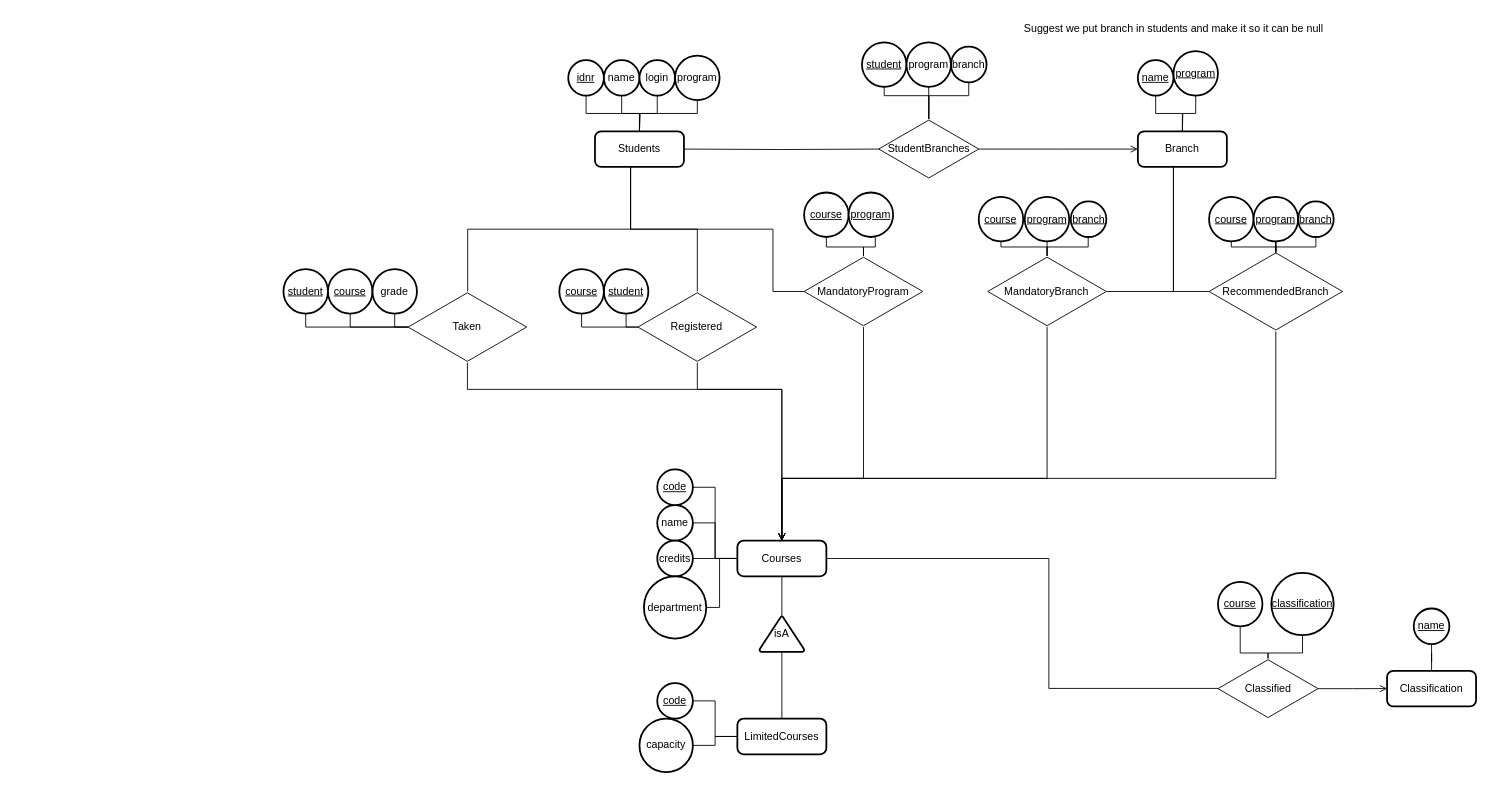
Earlier version of the draw.io diagram Labb2/old_db_ER_diagram.drawio (willayy/TDA357-Databaser). Source tidied: cells renumbered, new cells numbered last; positions are measured from the earlier drawing's top-left corner, leaving out a move shared by most shapes. Both pictures are drawn from the tidied source at 89%, with x=0, y=0 at pixel (283, 15).
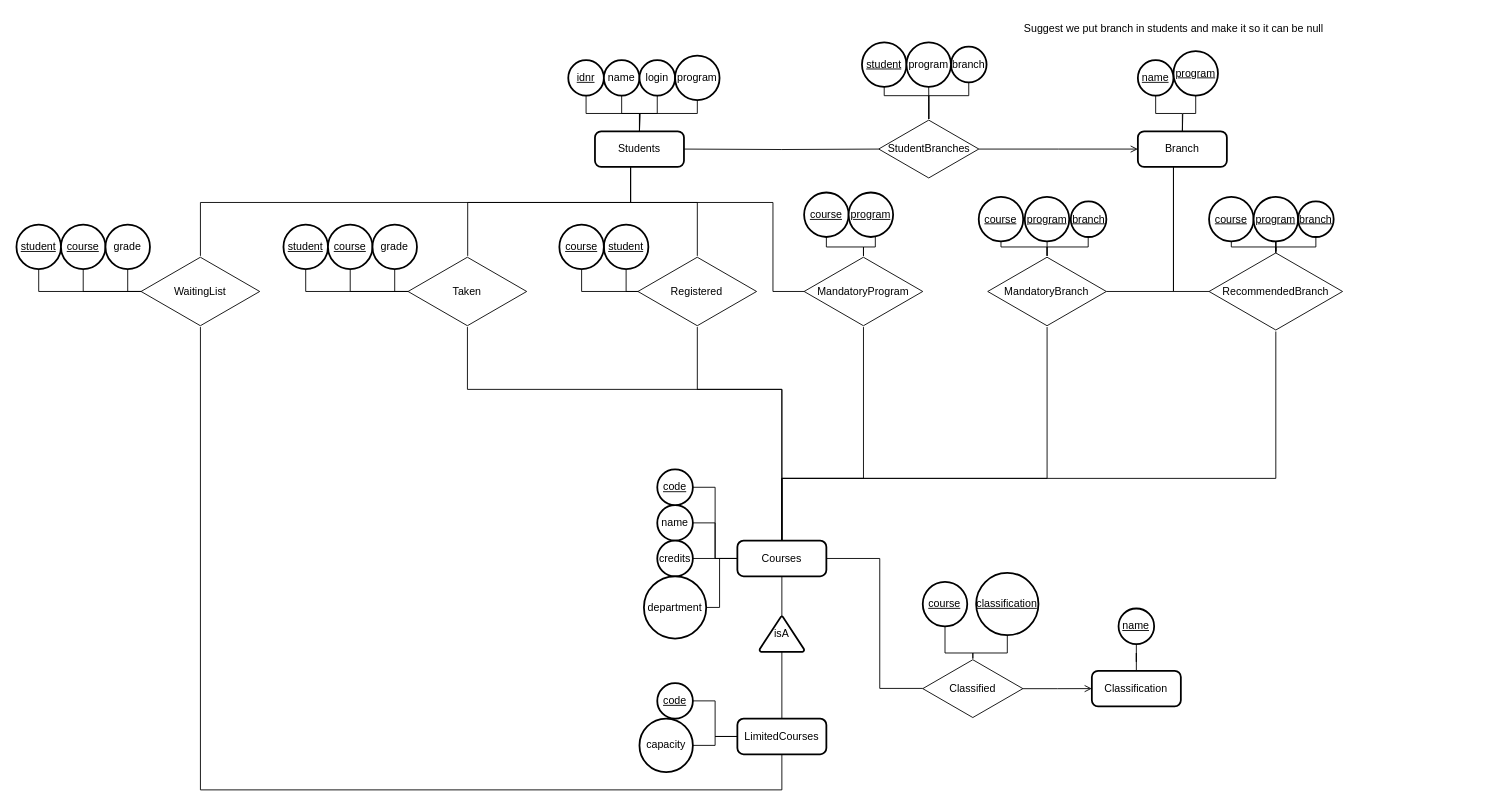
Above is the later version.

The change refers to these unchanged cells:
```xml
<mxCell id="10" value="Students" style="rounded=1;whiteSpace=wrap;html=1;absoluteArcSize=1;arcSize=14;strokeWidth=2;" parent="1" vertex="1">
  <mxGeometry x="350" y="130" width="100" height="40" as="geometry" />
</mxCell>
<mxCell id="29" value="Courses" style="rounded=1;whiteSpace=wrap;html=1;absoluteArcSize=1;arcSize=14;strokeWidth=2;" parent="1" vertex="1">
  <mxGeometry x="510" y="590" width="100" height="40" as="geometry" />
</mxCell>
<mxCell id="45" value="LimitedCourses" style="rounded=1;whiteSpace=wrap;html=1;absoluteArcSize=1;arcSize=14;strokeWidth=2;" parent="1" vertex="1">
  <mxGeometry x="510" y="790" width="100" height="40" as="geometry" />
</mxCell>
<mxCell id="60" value="MandatoryProgram" style="html=1;whiteSpace=wrap;shape=isoRectangle;" parent="1" vertex="1">
  <mxGeometry x="585" y="270" width="133.3" height="80" as="geometry" />
</mxCell>
<mxCell id="65" value="MandatoryBranch" style="html=1;whiteSpace=wrap;shape=isoRectangle;" parent="1" vertex="1">
  <mxGeometry x="791.3" y="270" width="133.3" height="80" as="geometry" />
</mxCell>
<mxCell id="75" value="RecommendedBranch" style="html=1;whiteSpace=wrap;shape=isoRectangle;" parent="1" vertex="1">
  <mxGeometry x="1040" y="265" width="150" height="90" as="geometry" />
</mxCell>
```

Change to the diagram source:
```diff
@@
     <mxCell id="7" style="edgeStyle=orthogonalEdgeStyle;rounded=0;jettySize=auto;html=1;endArrow=none;endFill=0;" parent="1" edge="1" source="10" target="60">
       <mxGeometry relative="1" as="geometry">
         <Array as="points">
-          <mxPoint x="390" y="240" />
-          <mxPoint x="550" y="240" />
+          <mxPoint x="390" y="210" />
+          <mxPoint x="550" y="210" />
           <mxPoint x="550" y="310" />
         </Array>
       </mxGeometry>
     </mxCell>
     <mxCell id="8" style="edgeStyle=orthogonalEdgeStyle;rounded=0;jettySize=auto;html=1;endArrow=none;endFill=0;" parent="1" edge="1" source="10" target="82">
       <mxGeometry relative="1" as="geometry">
         <Array as="points">
-          <mxPoint x="390" y="240" />
-          <mxPoint x="465" y="240" />
+          <mxPoint x="390" y="210" />
+          <mxPoint x="465" y="210" />
         </Array>
       </mxGeometry>
     </mxCell>
     <mxCell id="9" style="edgeStyle=orthogonalEdgeStyle;rounded=0;jettySize=auto;html=1;endArrow=none;endFill=0;" parent="1" edge="1" source="10" target="87">
       <mxGeometry relative="1" as="geometry">
         <Array as="points">
-          <mxPoint x="390" y="240" />
-          <mxPoint x="207" y="240" />
+          <mxPoint x="390" y="210" />
+          <mxPoint x="207" y="210" />
         </Array>
       </mxGeometry>
     </mxCell>
@@
     <mxCell id="28" style="edgeStyle=orthogonalEdgeStyle;rounded=0;jettySize=auto;html=1;endArrow=none;endFill=0;" parent="1" edge="1" source="29" target="51">
       <mxGeometry relative="1" as="geometry">
         <Array as="points">
-          <mxPoint x="860" y="610" />
-          <mxPoint x="860" y="756" />
+          <mxPoint x="670" y="610" />
+          <mxPoint x="670" y="756" />
         </Array>
       </mxGeometry>
     </mxCell>
@@
     <mxCell id="48" style="edgeStyle=orthogonalEdgeStyle;rounded=0;jettySize=auto;html=1;endArrow=none;endFill=0;" parent="1" edge="1" source="51" target="52">
       <mxGeometry relative="1" as="geometry">
         <Array as="points">
-          <mxPoint x="1106" y="716.2" />
-          <mxPoint x="1075" y="716.2" />
+          <mxPoint x="774.3" y="716.2" />
+          <mxPoint x="743.3" y="716.2" />
         </Array>
       </mxGeometry>
     </mxCell>
     <mxCell id="49" style="edgeStyle=orthogonalEdgeStyle;rounded=0;jettySize=auto;html=1;endArrow=none;endFill=0;" parent="1" edge="1" source="51" target="53">
       <mxGeometry relative="1" as="geometry">
         <Array as="points">
-          <mxPoint x="1106" y="716.2" />
-          <mxPoint x="1145" y="716.2" />
+          <mxPoint x="774.3" y="716.2" />
+          <mxPoint x="813.3" y="716.2" />
         </Array>
       </mxGeometry>
     </mxCell>
@@
     <mxCell id="51" value="Classified" style="html=1;whiteSpace=wrap;shape=isoRectangle;" parent="1" vertex="1">
-      <mxGeometry x="1050" y="722.5" width="112.5" height="67.5" as="geometry" />
+      <mxGeometry x="718.3" y="722.5" width="112.5" height="67.5" as="geometry" />
     </mxCell>
     <mxCell id="52" value="&lt;u&gt;course&lt;/u&gt;" style="strokeWidth=2;html=1;shape=mxgraph.flowchart.start_2;whiteSpace=wrap;" parent="1" vertex="1">
-      <mxGeometry x="1050" y="636.2" width="50" height="50" as="geometry" />
+      <mxGeometry x="718.3" y="636.2" width="50" height="50" as="geometry" />
     </mxCell>
     <mxCell id="53" value="&lt;u&gt;classification&lt;/u&gt;" style="strokeWidth=2;html=1;shape=mxgraph.flowchart.start_2;whiteSpace=wrap;" parent="1" vertex="1">
-      <mxGeometry x="1110" y="626.2" width="70" height="70" as="geometry" />
+      <mxGeometry x="778.3" y="626.2" width="70" height="70" as="geometry" />
     </mxCell>
@@
     <mxCell id="55" value="Classification" style="rounded=1;whiteSpace=wrap;html=1;absoluteArcSize=1;arcSize=14;strokeWidth=2;" parent="1" vertex="1">
-      <mxGeometry x="1240" y="736.2" width="100" height="40" as="geometry" />
+      <mxGeometry x="908.3" y="736.2" width="100" height="40" as="geometry" />
     </mxCell>
     <mxCell id="56" value="&lt;u&gt;name&lt;/u&gt;" style="strokeWidth=2;html=1;shape=mxgraph.flowchart.start_2;whiteSpace=wrap;" parent="1" vertex="1">
-      <mxGeometry x="1270" y="666.2" width="40" height="40" as="geometry" />
+      <mxGeometry x="938.3" y="666.2" width="40" height="40" as="geometry" />
     </mxCell>
-    <mxCell id="57" style="edgeStyle=orthogonalEdgeStyle;rounded=0;jettySize=auto;html=1;endArrow=open;endFill=0;" parent="1" edge="1" source="60" target="29">
+    <mxCell id="57" style="edgeStyle=orthogonalEdgeStyle;rounded=0;jettySize=auto;html=1;endArrow=none;endFill=0;" parent="1" edge="1" source="60" target="29">
       <mxGeometry relative="1" as="geometry">
         <Array as="points">
           <mxPoint x="652" y="520" />
           <mxPoint x="560" y="520" />
         </Array>
       </mxGeometry>
     </mxCell>
@@
-    <mxCell id="61" style="edgeStyle=orthogonalEdgeStyle;rounded=0;jettySize=auto;html=1;endArrow=open;endFill=0;" parent="1" edge="1" source="65" target="29">
+    <mxCell id="61" style="edgeStyle=orthogonalEdgeStyle;rounded=0;jettySize=auto;html=1;endArrow=none;endFill=0;" parent="1" edge="1" source="65" target="29">
       <mxGeometry relative="1" as="geometry">
         <Array as="points">
           <mxPoint x="857" y="520" />
           <mxPoint x="560" y="520" />
         </Array>
       </mxGeometry>
     </mxCell>
@@
-    <mxCell id="74" style="edgeStyle=orthogonalEdgeStyle;rounded=0;jettySize=auto;html=1;endArrow=open;endFill=0;" parent="1" edge="1" source="75" target="29">
+    <mxCell id="74" style="edgeStyle=orthogonalEdgeStyle;rounded=0;jettySize=auto;html=1;endArrow=none;endFill=0;" parent="1" edge="1" source="75" target="29">
       <mxGeometry relative="1" as="geometry">
         <Array as="points">
           <mxPoint x="1115" y="520" />
           <mxPoint x="560" y="520" />
         </Array>
       </mxGeometry>
     </mxCell>
@@
-    <mxCell id="79" style="edgeStyle=orthogonalEdgeStyle;rounded=0;jettySize=auto;html=1;endArrow=open;endFill=0;" parent="1" edge="1" source="82" target="29">
+    <mxCell id="79" style="edgeStyle=orthogonalEdgeStyle;rounded=0;jettySize=auto;html=1;endArrow=none;endFill=0;" parent="1" edge="1" source="82" target="29">
       <mxGeometry relative="1" as="geometry">
         <Array as="points">
           <mxPoint x="465" y="420" />
           <mxPoint x="560" y="420" />
         </Array>
       </mxGeometry>
     </mxCell>
     <mxCell id="80" style="edgeStyle=orthogonalEdgeStyle;rounded=0;jettySize=auto;html=1;endArrow=none;endFill=0;" parent="1" edge="1" source="82" target="90">
       <mxGeometry relative="1" as="geometry">
         <Array as="points">
-          <mxPoint x="335" y="350" />
+          <mxPoint x="335" y="310" />
         </Array>
       </mxGeometry>
     </mxCell>
     <mxCell id="81" style="edgeStyle=orthogonalEdgeStyle;rounded=0;jettySize=auto;html=1;endArrow=none;endFill=0;" parent="1" edge="1" source="82" target="89">
       <mxGeometry relative="1" as="geometry">
         <Array as="points">
-          <mxPoint x="385" y="350" />
+          <mxPoint x="385" y="310" />
         </Array>
       </mxGeometry>
     </mxCell>
     <mxCell id="82" value="Registered" style="html=1;whiteSpace=wrap;shape=isoRectangle;" parent="1" vertex="1">
-      <mxGeometry x="398.3" y="310" width="133.3" height="80" as="geometry" />
+      <mxGeometry x="398.3" y="270" width="133.3" height="80" as="geometry" />
     </mxCell>
-    <mxCell id="83" style="edgeStyle=orthogonalEdgeStyle;rounded=0;jettySize=auto;html=1;endArrow=open;endFill=0;" parent="1" edge="1" source="87" target="29">
+    <mxCell id="83" style="edgeStyle=orthogonalEdgeStyle;rounded=0;jettySize=auto;html=1;endArrow=none;endFill=0;" parent="1" edge="1" source="87" target="29">
       <mxGeometry relative="1" as="geometry">
         <Array as="points">
           <mxPoint x="207" y="420" />
           <mxPoint x="560" y="420" />
         </Array>
       </mxGeometry>
     </mxCell>
     <mxCell id="84" style="edgeStyle=orthogonalEdgeStyle;rounded=0;jettySize=auto;html=1;endArrow=none;endFill=0;" parent="1" edge="1" source="87" target="88">
       <mxGeometry relative="1" as="geometry">
         <Array as="points">
-          <mxPoint x="25" y="350" />
+          <mxPoint x="25" y="310" />
         </Array>
       </mxGeometry>
     </mxCell>
     <mxCell id="85" style="edgeStyle=orthogonalEdgeStyle;rounded=0;jettySize=auto;html=1;endArrow=none;endFill=0;" parent="1" edge="1" source="87" target="91">
       <mxGeometry relative="1" as="geometry">
         <Array as="points">
-          <mxPoint x="75" y="350" />
+          <mxPoint x="75" y="310" />
         </Array>
       </mxGeometry>
     </mxCell>
     <mxCell id="86" style="edgeStyle=orthogonalEdgeStyle;rounded=0;jettySize=auto;html=1;endArrow=none;endFill=0;" parent="1" edge="1" source="87" target="92">
       <mxGeometry relative="1" as="geometry">
         <Array as="points">
-          <mxPoint x="125" y="350" />
+          <mxPoint x="125" y="310" />
         </Array>
       </mxGeometry>
     </mxCell>
     <mxCell id="87" value="Taken" style="html=1;whiteSpace=wrap;shape=isoRectangle;" parent="1" vertex="1">
-      <mxGeometry x="140" y="310" width="133.3" height="80" as="geometry" />
+      <mxGeometry x="140" y="270" width="133.3" height="80" as="geometry" />
     </mxCell>
     <mxCell id="88" value="&lt;u&gt;student&lt;/u&gt;" style="strokeWidth=2;html=1;shape=mxgraph.flowchart.start_2;whiteSpace=wrap;" parent="1" vertex="1">
-      <mxGeometry y="285" width="50" height="50" as="geometry" />
+      <mxGeometry y="235" width="50" height="50" as="geometry" />
     </mxCell>
     <mxCell id="89" value="&lt;u&gt;student&lt;/u&gt;" style="strokeWidth=2;html=1;shape=mxgraph.flowchart.start_2;whiteSpace=wrap;" parent="1" vertex="1">
-      <mxGeometry x="360" y="285" width="50" height="50" as="geometry" />
+      <mxGeometry x="360" y="235" width="50" height="50" as="geometry" />
     </mxCell>
     <mxCell id="90" value="&lt;u&gt;course&lt;/u&gt;" style="strokeWidth=2;html=1;shape=mxgraph.flowchart.start_2;whiteSpace=wrap;" parent="1" vertex="1">
-      <mxGeometry x="310" y="285" width="50" height="50" as="geometry" />
+      <mxGeometry x="310" y="235" width="50" height="50" as="geometry" />
     </mxCell>
     <mxCell id="91" value="&lt;u&gt;course&lt;/u&gt;" style="strokeWidth=2;html=1;shape=mxgraph.flowchart.start_2;whiteSpace=wrap;" parent="1" vertex="1">
-      <mxGeometry x="50" y="285" width="50" height="50" as="geometry" />
+      <mxGeometry x="50" y="235" width="50" height="50" as="geometry" />
     </mxCell>
     <mxCell id="92" value="grade" style="strokeWidth=2;html=1;shape=mxgraph.flowchart.start_2;whiteSpace=wrap;" parent="1" vertex="1">
-      <mxGeometry x="100" y="285" width="50" height="50" as="geometry" />
+      <mxGeometry x="100" y="235" width="50" height="50" as="geometry" />
     </mxCell>
@@
+    <mxCell id="94" style="edgeStyle=orthogonalEdgeStyle;rounded=0;jettySize=auto;html=1;endArrow=none;endFill=0;" parent="1" edge="1" source="99" target="102">
+      <mxGeometry relative="1" as="geometry">
+        <Array as="points">
+          <mxPoint x="-175" y="310" />
+        </Array>
+      </mxGeometry>
+    </mxCell>
+    <mxCell id="95" style="edgeStyle=orthogonalEdgeStyle;rounded=0;jettySize=auto;html=1;endArrow=none;endFill=0;" parent="1" edge="1" source="99" target="101">
+      <mxGeometry relative="1" as="geometry">
+        <Array as="points">
+          <mxPoint x="-225" y="310" />
+        </Array>
+      </mxGeometry>
+    </mxCell>
+    <mxCell id="96" style="edgeStyle=orthogonalEdgeStyle;rounded=0;jettySize=auto;html=1;endArrow=none;endFill=0;" parent="1" edge="1" source="99" target="100">
+      <mxGeometry relative="1" as="geometry">
+        <Array as="points">
+          <mxPoint x="-275" y="310" />
+        </Array>
+      </mxGeometry>
+    </mxCell>
+    <mxCell id="97" style="edgeStyle=orthogonalEdgeStyle;rounded=0;jettySize=auto;html=1;endArrow=none;endFill=0;" parent="1" edge="1" source="99" target="10">
+      <mxGeometry relative="1" as="geometry">
+        <Array as="points">
+          <mxPoint x="-93" y="210" />
+          <mxPoint x="390" y="210" />
+        </Array>
+      </mxGeometry>
+    </mxCell>
+    <mxCell id="98" style="edgeStyle=orthogonalEdgeStyle;rounded=0;jettySize=auto;html=1;endArrow=none;endFill=0;" parent="1" edge="1" source="99" target="45">
+      <mxGeometry relative="1" as="geometry">
+        <Array as="points">
+          <mxPoint x="-93" y="870" />
+          <mxPoint x="560" y="870" />
+        </Array>
+      </mxGeometry>
+    </mxCell>
+    <mxCell id="99" value="WaitingList" style="html=1;whiteSpace=wrap;shape=isoRectangle;" parent="1" vertex="1">
+      <mxGeometry x="-160" y="270" width="133.3" height="80" as="geometry" />
+    </mxCell>
+    <mxCell id="100" value="&lt;u&gt;student&lt;/u&gt;" style="strokeWidth=2;html=1;shape=mxgraph.flowchart.start_2;whiteSpace=wrap;" parent="1" vertex="1">
+      <mxGeometry x="-300" y="235" width="50" height="50" as="geometry" />
+    </mxCell>
+    <mxCell id="101" value="&lt;u&gt;course&lt;/u&gt;" style="strokeWidth=2;html=1;shape=mxgraph.flowchart.start_2;whiteSpace=wrap;" parent="1" vertex="1">
+      <mxGeometry x="-250" y="235" width="50" height="50" as="geometry" />
+    </mxCell>
+    <mxCell id="102" value="grade" style="strokeWidth=2;html=1;shape=mxgraph.flowchart.start_2;whiteSpace=wrap;" parent="1" vertex="1">
+      <mxGeometry x="-200" y="235" width="50" height="50" as="geometry" />
+    </mxCell>
```
